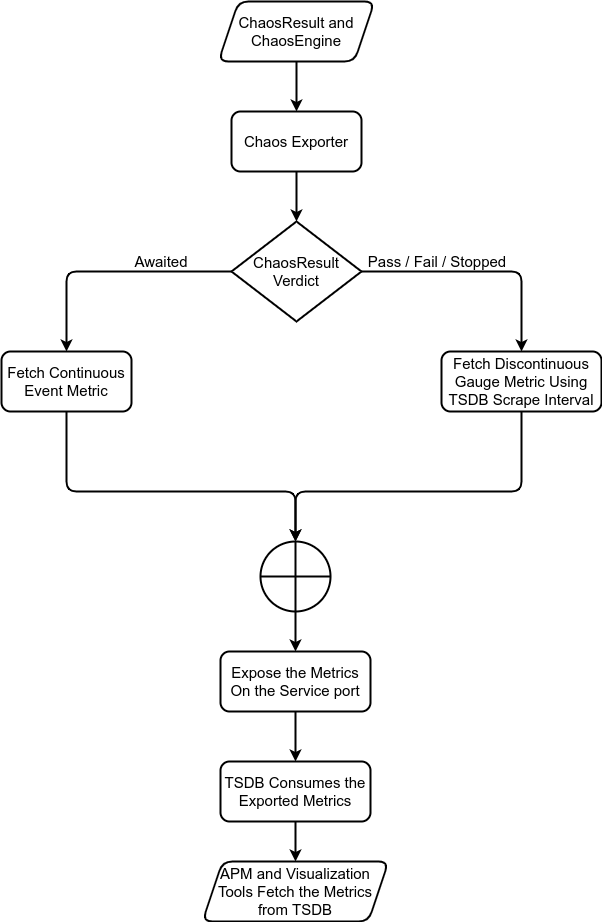
Above: website/versioned_docs/version-2.0.0/assets/chaos-observability-flow-metrics.png in litmuschaos/litmus-docs (draw.io), before the change. Source tidied: cells renumbered, new cells last; positions are measured from the earlier drawing's top-left corner, leaving out a move shared by most shapes. Its diagram source:
```xml
<mxGraphModel>
  <root>
    <mxCell id="0" />
    <mxCell id="1" parent="0" />
    <mxCell id="2" style="edgeStyle=orthogonalEdgeStyle;rounded=0;jettySize=auto;html=1;exitX=0.5;exitY=1;exitDx=0;exitDy=0;entryX=0.5;entryY=0;entryDx=0;entryDy=0;strokeWidth=2;fontSize=15;" parent="1" edge="1" source="3" target="5">
      <mxGeometry relative="1" as="geometry" />
    </mxCell>
    <mxCell id="3" value="&lt;font style=&quot;font-size: 15px&quot;&gt;ChaosResult and ChaosEngine&lt;/font&gt;" style="shape=parallelogram;perimeter=parallelogramPerimeter;whiteSpace=wrap;html=1;fixedSize=1;strokeWidth=2;rounded=1;fontSize=15;" parent="1" vertex="1">
      <mxGeometry x="217" width="156" height="60" as="geometry" />
    </mxCell>
    <mxCell id="4" style="edgeStyle=orthogonalEdgeStyle;rounded=0;jettySize=auto;html=1;exitX=0.5;exitY=1;exitDx=0;exitDy=0;entryX=0.5;entryY=0;entryDx=0;entryDy=0;strokeWidth=2;fontSize=15;" parent="1" edge="1" source="5" target="8">
      <mxGeometry relative="1" as="geometry" />
    </mxCell>
    <mxCell id="5" value="&lt;font style=&quot;font-size: 15px&quot;&gt;Chaos Exporter&lt;/font&gt;" style="rounded=1;whiteSpace=wrap;html=1;strokeWidth=2;fontSize=15;" parent="1" vertex="1">
      <mxGeometry x="230" y="110" width="130" height="60" as="geometry" />
    </mxCell>
    <mxCell id="6" style="edgeStyle=orthogonalEdgeStyle;rounded=1;jettySize=auto;html=1;exitX=0;exitY=0.5;exitDx=0;exitDy=0;entryX=0.5;entryY=0;entryDx=0;entryDy=0;strokeWidth=2;fontSize=15;" parent="1" edge="1" source="8" target="10">
      <mxGeometry relative="1" as="geometry" />
    </mxCell>
    <mxCell id="7" style="edgeStyle=orthogonalEdgeStyle;rounded=1;jettySize=auto;html=1;exitX=1;exitY=0.5;exitDx=0;exitDy=0;entryX=0.5;entryY=0;entryDx=0;entryDy=0;strokeWidth=2;fontSize=15;" parent="1" edge="1" source="8" target="12">
      <mxGeometry relative="1" as="geometry" />
    </mxCell>
    <mxCell id="8" value="&lt;font style=&quot;font-size: 15px&quot;&gt;ChaosResult Verdict&lt;/font&gt;" style="rhombus;whiteSpace=wrap;html=1;strokeWidth=2;fontSize=15;" parent="1" vertex="1">
      <mxGeometry x="230" y="220" width="130" height="100" as="geometry" />
    </mxCell>
    <mxCell id="9" style="edgeStyle=orthogonalEdgeStyle;rounded=1;jettySize=auto;html=1;exitX=0.5;exitY=1;exitDx=0;exitDy=0;entryX=0.5;entryY=0;entryDx=0;entryDy=0;entryPerimeter=0;strokeWidth=2;fontSize=15;" parent="1" edge="1" source="10" target="21">
      <mxGeometry relative="1" as="geometry">
        <Array as="points">
          <mxPoint x="65" y="490" />
          <mxPoint x="294" y="490" />
        </Array>
      </mxGeometry>
    </mxCell>
    <mxCell id="10" value="&lt;font style=&quot;font-size: 15px&quot;&gt;Fetch Continuous Event Metric&lt;/font&gt;" style="rounded=1;whiteSpace=wrap;html=1;strokeWidth=2;fontSize=15;" parent="1" vertex="1">
      <mxGeometry y="350" width="130" height="60" as="geometry" />
    </mxCell>
    <mxCell id="11" style="edgeStyle=orthogonalEdgeStyle;rounded=1;jettySize=auto;html=1;exitX=0.5;exitY=1;exitDx=0;exitDy=0;entryX=0.5;entryY=0;entryDx=0;entryDy=0;entryPerimeter=0;strokeWidth=2;fontSize=15;" parent="1" edge="1" source="12" target="21">
      <mxGeometry relative="1" as="geometry">
        <Array as="points">
          <mxPoint x="520" y="490" />
          <mxPoint x="294" y="490" />
        </Array>
      </mxGeometry>
    </mxCell>
    <mxCell id="12" value="&lt;font style=&quot;font-size: 15px&quot;&gt;Fetch Discontinuous Gauge Metric Using TSDB Scrape Interval&lt;/font&gt;" style="rounded=1;whiteSpace=wrap;html=1;strokeWidth=2;fontSize=15;" parent="1" vertex="1">
      <mxGeometry x="440" y="350" width="160" height="60" as="geometry" />
    </mxCell>
    <mxCell id="13" value="&lt;font style=&quot;font-size: 15px&quot;&gt;Awaited&lt;/font&gt;" style="text;html=1;strokeColor=none;fillColor=none;align=center;verticalAlign=middle;whiteSpace=wrap;rounded=0;strokeWidth=2;fontSize=15;" parent="1" vertex="1">
      <mxGeometry x="140" y="250" width="40" height="20" as="geometry" />
    </mxCell>
    <mxCell id="14" value="&lt;span style=&quot;font-size: 15px&quot;&gt;Pass / Fail / Stopped&lt;/span&gt;" style="text;html=1;strokeColor=none;fillColor=none;align=center;verticalAlign=middle;whiteSpace=wrap;rounded=0;strokeWidth=2;fontSize=15;" parent="1" vertex="1">
      <mxGeometry x="362" y="250" width="148" height="20" as="geometry" />
    </mxCell>
    <mxCell id="15" style="edgeStyle=orthogonalEdgeStyle;rounded=0;jettySize=auto;html=1;exitX=0.5;exitY=1;exitDx=0;exitDy=0;entryX=0.5;entryY=0;entryDx=0;entryDy=0;strokeWidth=2;fontSize=15;" parent="1" edge="1" source="16" target="17">
      <mxGeometry relative="1" as="geometry" />
    </mxCell>
    <mxCell id="16" value="&lt;span style=&quot;font-size: 15px&quot;&gt;TSDB Consumes the Exported Metrics&lt;/span&gt;" style="rounded=1;whiteSpace=wrap;html=1;strokeWidth=2;fontSize=15;" parent="1" vertex="1">
      <mxGeometry x="219" y="760" width="150" height="60" as="geometry" />
    </mxCell>
    <mxCell id="17" value="&lt;font style=&quot;font-size: 15px&quot;&gt;APM and Visualization Tools Fetch the Metrics from TSDB&lt;/font&gt;" style="shape=parallelogram;perimeter=parallelogramPerimeter;whiteSpace=wrap;html=1;fixedSize=1;strokeWidth=2;rounded=1;fontSize=15;" parent="1" vertex="1">
      <mxGeometry x="201" y="860" width="186" height="60" as="geometry" />
    </mxCell>
    <mxCell id="18" style="edgeStyle=orthogonalEdgeStyle;rounded=0;jettySize=auto;html=1;exitX=0.5;exitY=1;exitDx=0;exitDy=0;entryX=0.5;entryY=0;entryDx=0;entryDy=0;strokeWidth=2;fontSize=15;" parent="1" edge="1" source="19" target="16">
      <mxGeometry relative="1" as="geometry" />
    </mxCell>
    <mxCell id="19" value="&lt;font style=&quot;font-size: 15px&quot;&gt;Expose the Metrics On the Service port&lt;/font&gt;" style="rounded=1;whiteSpace=wrap;html=1;strokeWidth=2;fontSize=15;" parent="1" vertex="1">
      <mxGeometry x="219" y="650" width="150" height="60" as="geometry" />
    </mxCell>
    <mxCell id="20" style="edgeStyle=orthogonalEdgeStyle;rounded=0;jettySize=auto;html=1;exitX=0.5;exitY=1;exitDx=0;exitDy=0;exitPerimeter=0;entryX=0.5;entryY=0;entryDx=0;entryDy=0;strokeWidth=2;fontSize=15;" parent="1" edge="1" source="21" target="19">
      <mxGeometry relative="1" as="geometry" />
    </mxCell>
    <mxCell id="21" style="verticalLabelPosition=bottom;verticalAlign=top;html=1;shape=mxgraph.flowchart.summing_function;strokeWidth=2;fontSize=15;" parent="1" vertex="1">
      <mxGeometry x="259" y="540" width="70" height="70" as="geometry" />
    </mxCell>
  </root>
</mxGraphModel>
```
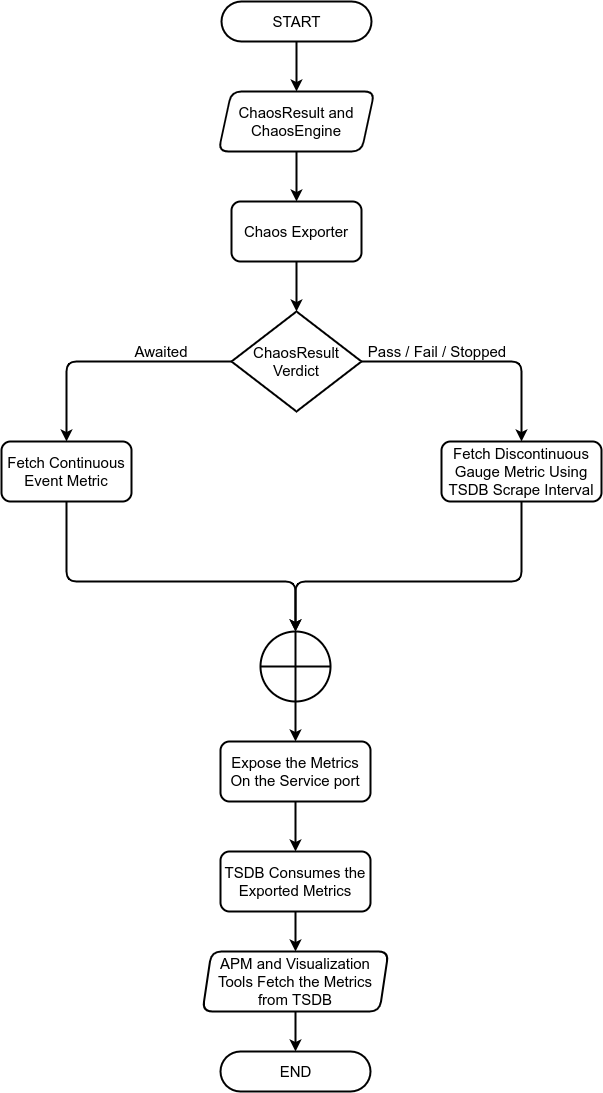
After the commit.

Commit message:
updated flow charts by adding START and END steps

Diff of the diagram source:
```diff
@@ -5,7 +5,7 @@
     <mxCell id="2" style="edgeStyle=orthogonalEdgeStyle;rounded=0;jettySize=auto;html=1;exitX=0.5;exitY=1;exitDx=0;exitDy=0;entryX=0.5;entryY=0;entryDx=0;entryDy=0;strokeWidth=2;fontSize=15;" parent="1" edge="1" source="3" target="5">
       <mxGeometry relative="1" as="geometry" />
     </mxCell>
-    <mxCell id="3" value="&lt;font style=&quot;font-size: 15px&quot;&gt;ChaosResult and ChaosEngine&lt;/font&gt;" style="shape=parallelogram;perimeter=parallelogramPerimeter;whiteSpace=wrap;html=1;fixedSize=1;strokeWidth=2;rounded=1;fontSize=15;" parent="1" vertex="1">
+    <mxCell id="3" value="&lt;font style=&quot;font-size: 15px&quot;&gt;ChaosResult and ChaosEngine&lt;/font&gt;" style="shape=parallelogram;perimeter=parallelogramPerimeter;whiteSpace=wrap;html=1;fixedSize=1;strokeWidth=2;rounded=1;fontSize=15;size=13;" parent="1" vertex="1">
       <mxGeometry x="217" width="156" height="60" as="geometry" />
     </mxCell>
     <mxCell id="4" style="edgeStyle=orthogonalEdgeStyle;rounded=0;jettySize=auto;html=1;exitX=0.5;exitY=1;exitDx=0;exitDy=0;entryX=0.5;entryY=0;entryDx=0;entryDy=0;strokeWidth=2;fontSize=15;" parent="1" edge="1" source="5" target="8">
@@ -57,7 +57,10 @@
     <mxCell id="16" value="&lt;span style=&quot;font-size: 15px&quot;&gt;TSDB Consumes the Exported Metrics&lt;/span&gt;" style="rounded=1;whiteSpace=wrap;html=1;strokeWidth=2;fontSize=15;" parent="1" vertex="1">
       <mxGeometry x="219" y="760" width="150" height="60" as="geometry" />
     </mxCell>
+    <mxCell id="22" style="edgeStyle=none;curved=1;rounded=0;jettySize=auto;html=1;exitX=0.5;exitY=1;exitDx=0;exitDy=0;entryX=0.5;entryY=0.5;entryDx=0;entryDy=-20;entryPerimeter=0;endArrow=classic;endFill=1;sourcePerimeterSpacing=8;targetPerimeterSpacing=8;strokeWidth=2;" parent="1" edge="1" source="17" target="25">
+      <mxGeometry relative="1" as="geometry" />
+    </mxCell>
-    <mxCell id="17" value="&lt;font style=&quot;font-size: 15px&quot;&gt;APM and Visualization Tools Fetch the Metrics from TSDB&lt;/font&gt;" style="shape=parallelogram;perimeter=parallelogramPerimeter;whiteSpace=wrap;html=1;fixedSize=1;strokeWidth=2;rounded=1;fontSize=15;" parent="1" vertex="1">
+    <mxCell id="17" value="&lt;font style=&quot;font-size: 15px&quot;&gt;APM and Visualization Tools Fetch the Metrics from TSDB&lt;/font&gt;" style="shape=parallelogram;perimeter=parallelogramPerimeter;whiteSpace=wrap;html=1;fixedSize=1;strokeWidth=2;rounded=1;fontSize=15;size=9;" parent="1" vertex="1">
       <mxGeometry x="201" y="860" width="186" height="60" as="geometry" />
     </mxCell>
     <mxCell id="18" style="edgeStyle=orthogonalEdgeStyle;rounded=0;jettySize=auto;html=1;exitX=0.5;exitY=1;exitDx=0;exitDy=0;entryX=0.5;entryY=0;entryDx=0;entryDy=0;strokeWidth=2;fontSize=15;" parent="1" edge="1" source="19" target="16">
@@ -72,5 +75,14 @@
     <mxCell id="21" style="verticalLabelPosition=bottom;verticalAlign=top;html=1;shape=mxgraph.flowchart.summing_function;strokeWidth=2;fontSize=15;" parent="1" vertex="1">
       <mxGeometry x="259" y="540" width="70" height="70" as="geometry" />
     </mxCell>
+    <mxCell id="23" style="edgeStyle=none;curved=1;rounded=0;jettySize=auto;html=1;exitX=0.5;exitY=0.5;exitDx=0;exitDy=20;exitPerimeter=0;entryX=0.5;entryY=0;entryDx=0;entryDy=0;endArrow=classic;sourcePerimeterSpacing=8;targetPerimeterSpacing=8;endFill=1;strokeWidth=2;" parent="1" edge="1" source="24" target="3">
+      <mxGeometry relative="1" as="geometry" />
+    </mxCell>
+    <mxCell id="24" value="&lt;font style=&quot;font-size: 15px&quot;&gt;START&lt;/font&gt;" style="html=1;dashed=0;whitespace=wrap;shape=mxgraph.dfd.start;hachureGap=4;strokeWidth=2;" parent="1" vertex="1">
+      <mxGeometry x="220" y="-90" width="150" height="40" as="geometry" />
+    </mxCell>
+    <mxCell id="25" value="&lt;font style=&quot;font-size: 15px&quot;&gt;END&lt;/font&gt;" style="html=1;dashed=0;whitespace=wrap;shape=mxgraph.dfd.start;hachureGap=4;strokeWidth=2;" parent="1" vertex="1">
+      <mxGeometry x="219" y="960" width="150" height="40" as="geometry" />
+    </mxCell>
   </root>
 </mxGraphModel>
```
